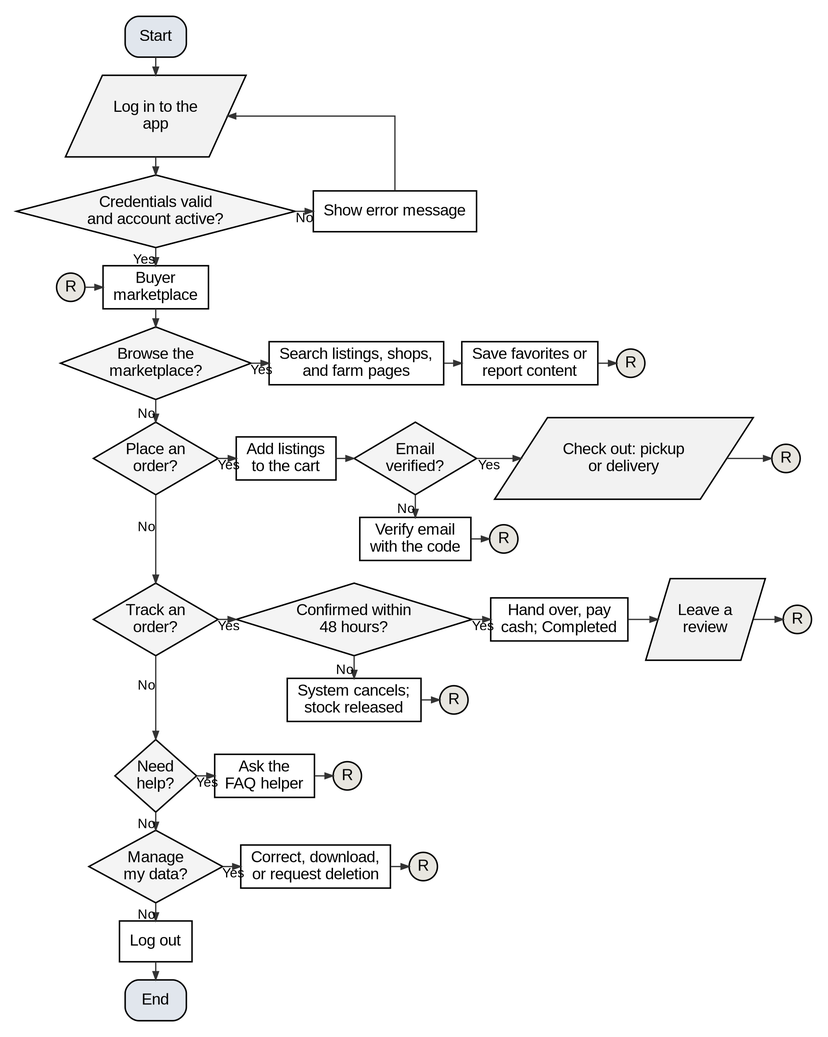
The Graphviz diagram docs/manuscript/figures/fig5e_flow_buyer.png in shawncastaneda11-commits/anihow-backend, before a commit. Its source is kept beside it as docs/manuscript/figures/src/fig5e_flow_buyer.dot.
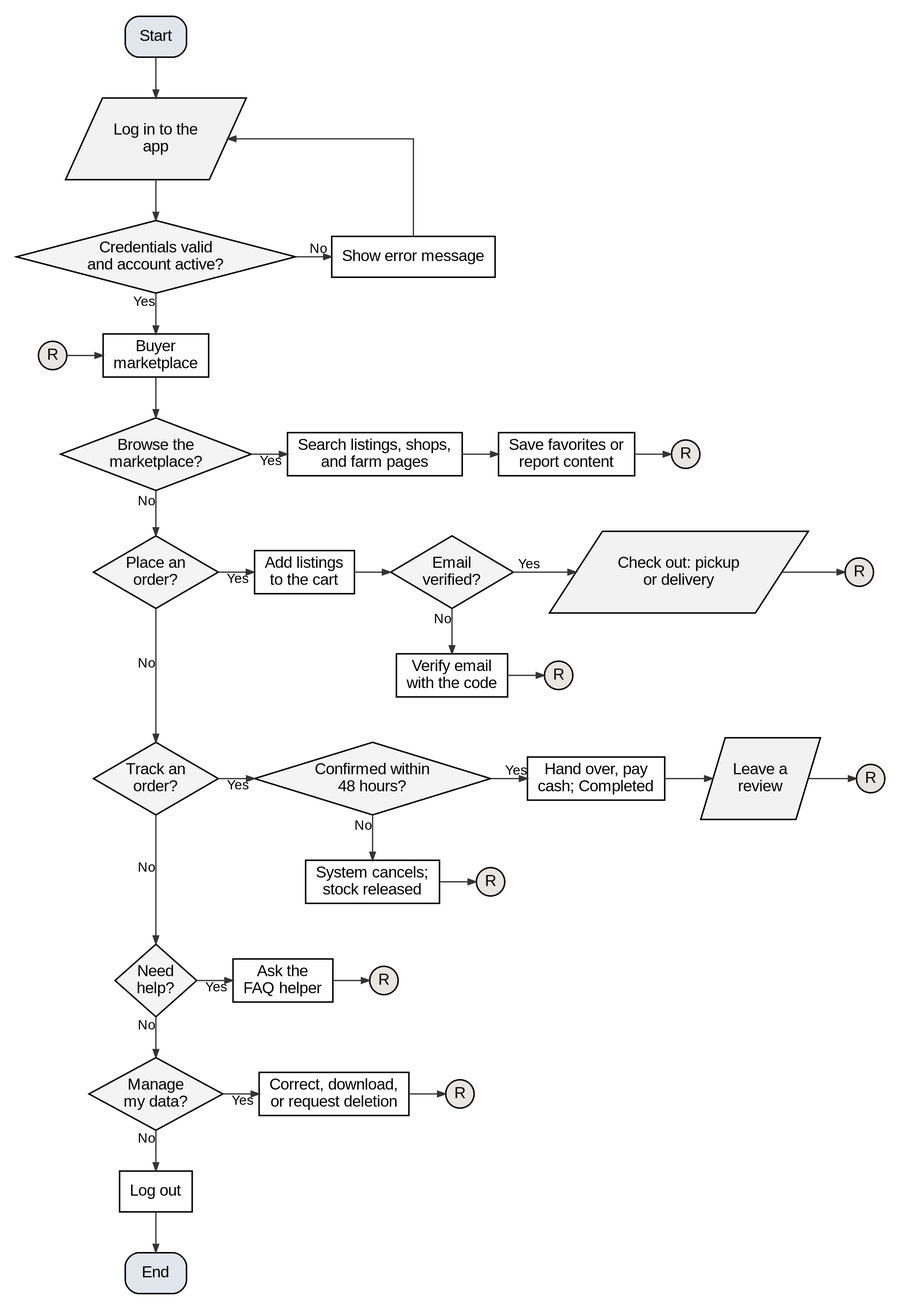
Above is the later version.

Change to the diagram source:
```diff
@@ -1,5 +1,5 @@
 digraph G {
-  graph [rankdir=TB, nodesep=0.22, ranksep=0.22, pad=0.2, fontname="Liberation Sans", newrank=true, splines=ortho];
+  graph [rankdir=TB, nodesep=0.45, ranksep=0.5, pad=0.2, fontname="Liberation Sans", newrank=true, splines=ortho];
   node  [fontname="Liberation Sans", fontsize=14, penwidth=1.3, style=filled, fillcolor="#FFFFFF", margin="0.12,0.06"];
   edge  [penwidth=1.1, arrowsize=0.7, color="#333333", fontname="Liberation Sans", fontsize=12];
   s [shape=box, style="rounded,filled", fillcolor="#E1E6ED", label="Start"];
```
